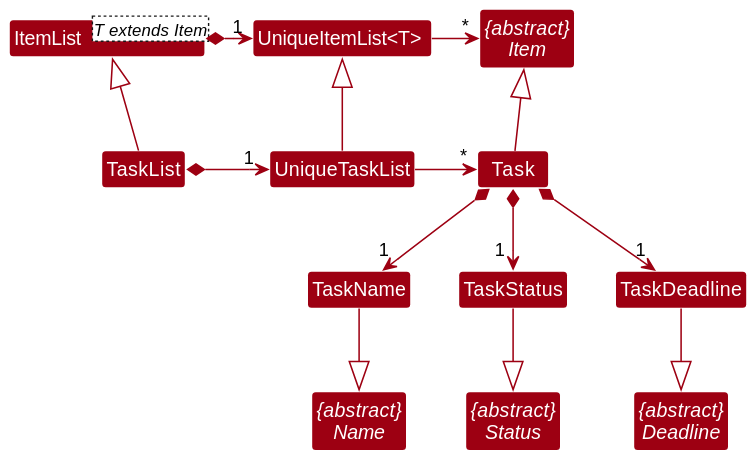
nus-cs2103-AY2223S2/tp keeps this PlantUML diagram as docs/images/TaskClassDiagram.svg. Above is the earlier version.
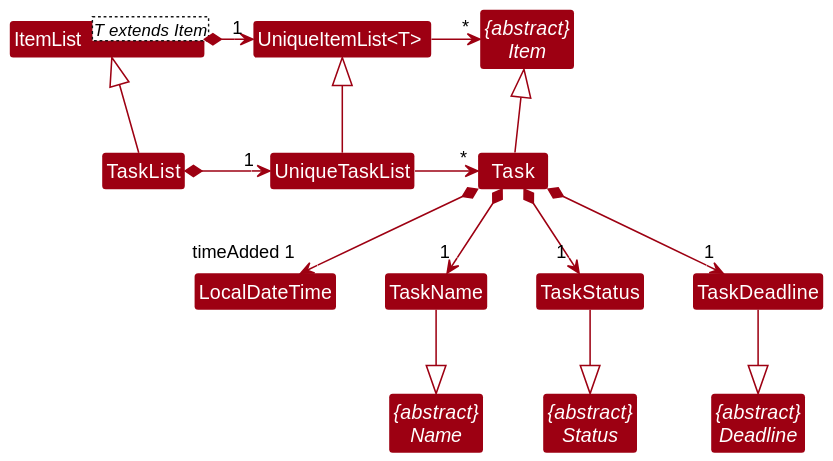
After the change.

Commit message:
Edit EditXYZCommand activity diagram

Change to the diagram source:
```diff
@@ -14,6 +14,7 @@
 Class "UniqueItemList<T> " as UniqueItemList
 Class ItemList<T extends Item>
 
+Class LocalDateTime
 Class Task
 Class TaskName
 Class TaskStatus
@@ -27,11 +28,13 @@
 TaskList *--r> "1 " UniqueTaskList
 UniqueTaskList -r> "*" Task
 Task *--> "1" TaskName
-Task *--> "1" TaskDeadline
+Task *--> "            1" TaskDeadline
 Task *--> "1 " TaskStatus
+Task *--> "timeAdded 1" LocalDateTime
 Task -u|> Item
 
 TaskName --|> Name
 TaskDeadline --|> Deadline
 TaskStatus --|> Status
+
 @enduml
```
